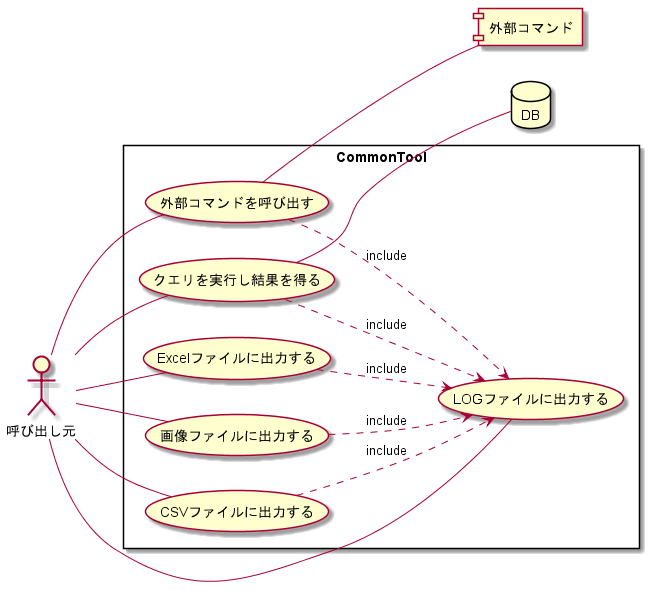
The PlantUML diagram doc/01_要件定義/img/ユースケース図.png in hirorich/CommonTool, before a commit. The source it was exported from:
```plantuml
@startuml img\ユースケース図.png

left to right direction

actor 呼び出し元

rectangle CommonTool {
  usecase (外部コマンドを呼び出す) as (外部コマンド実行)
  usecase (LOGファイルに出力する) as (LOG)
  usecase (クエリを実行し結果を得る) as (DB操作)
  usecase (CSVファイルに出力する) as (CSV)
  usecase (Excelファイルに出力する) as (Excel)
  usecase (画像ファイルに出力する) as (IMAGE)
}

database DB
component 外部コマンド



呼び出し元 -- (LOG)
呼び出し元 -- (DB操作)
呼び出し元 -- (CSV)
呼び出し元 -- (Excel)
呼び出し元 -- (外部コマンド実行)
呼び出し元 -- (IMAGE)

(外部コマンド実行) ..> (LOG) : include
(DB操作) ..> (LOG) : include
(CSV) ..> (LOG) : include
(Excel) ..> (LOG) : include
(IMAGE) ..> (LOG) : include

(DB操作) -- DB
(外部コマンド実行) -- 外部コマンド

@enduml
```
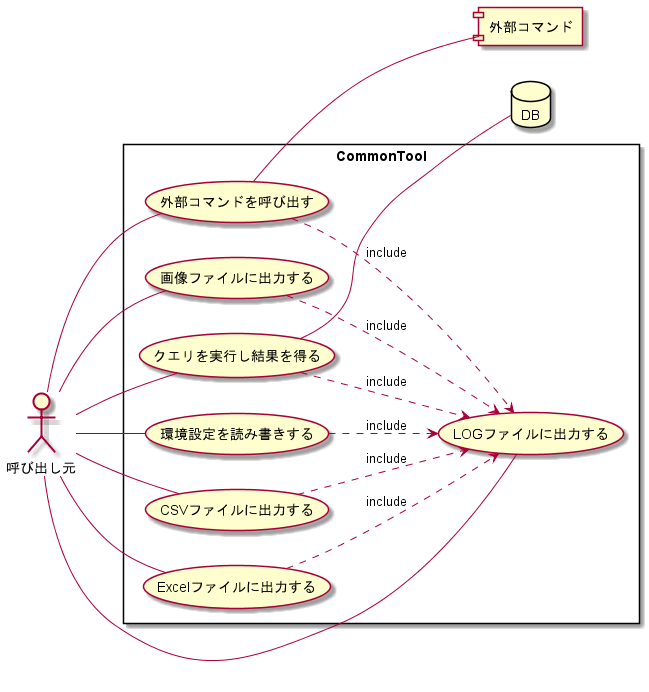
The same file after the commit.

Commit message:
ユースケースに環境設定読み書きを追加

The edit, as a diff of the source:
```diff
@@ -11,6 +11,7 @@
   usecase (CSVファイルに出力する) as (CSV)
   usecase (Excelファイルに出力する) as (Excel)
   usecase (画像ファイルに出力する) as (IMAGE)
+  usecase (環境設定を読み書きする) as (環境設定)
 }
 
 database DB
@@ -24,12 +25,14 @@
 呼び出し元 -- (Excel)
 呼び出し元 -- (外部コマンド実行)
 呼び出し元 -- (IMAGE)
+呼び出し元 -- (環境設定)
 
 (外部コマンド実行) ..> (LOG) : include
 (DB操作) ..> (LOG) : include
 (CSV) ..> (LOG) : include
 (Excel) ..> (LOG) : include
 (IMAGE) ..> (LOG) : include
+(環境設定) ..> (LOG) : include
 
 (DB操作) -- DB
 (外部コマンド実行) -- 外部コマンド
```
